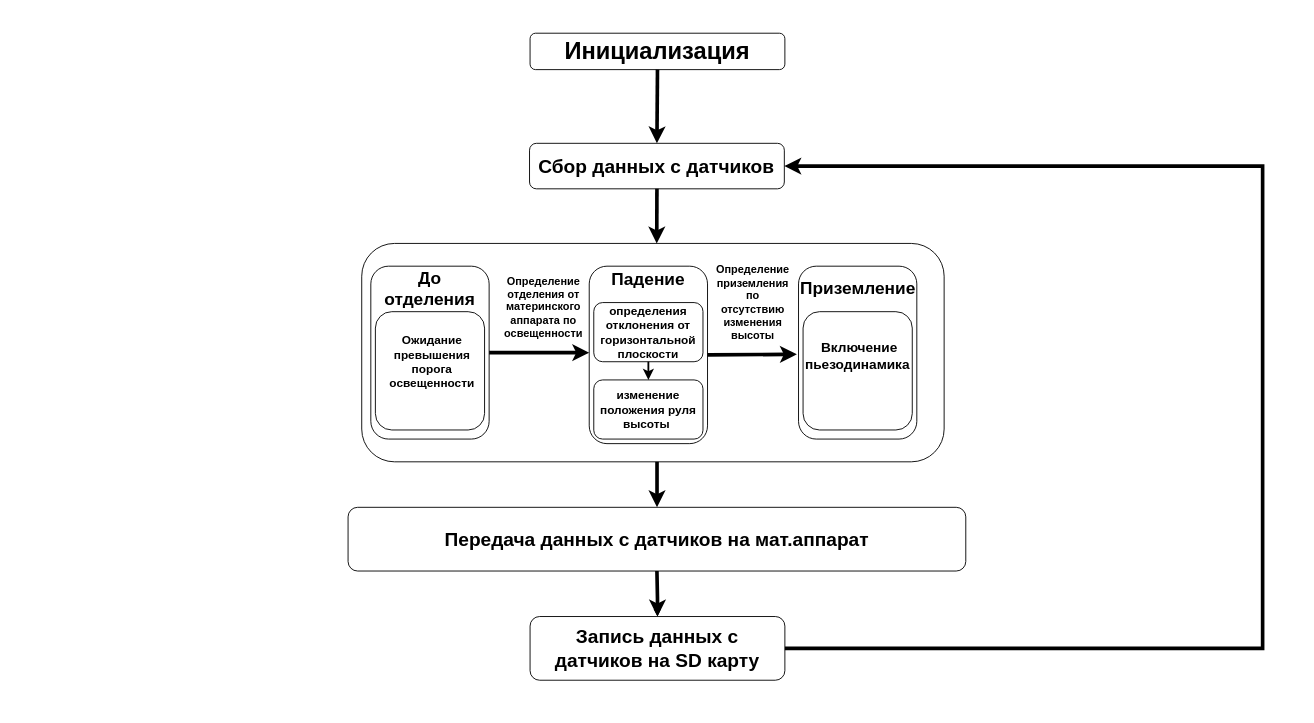
cansat-tsniimash/cansat-KNPN-S keeps this draw.io diagram as doc/алгоритм работы аппарата да.drawio. Above is the earlier version. Source tidied: cells renumbered, new cells numbered last; positions are measured from the earlier drawing's top-left corner, leaving out a move shared by most shapes. Both pictures are drawn from the tidied source at 91%, with x=0, y=0 at pixel (15, 15).
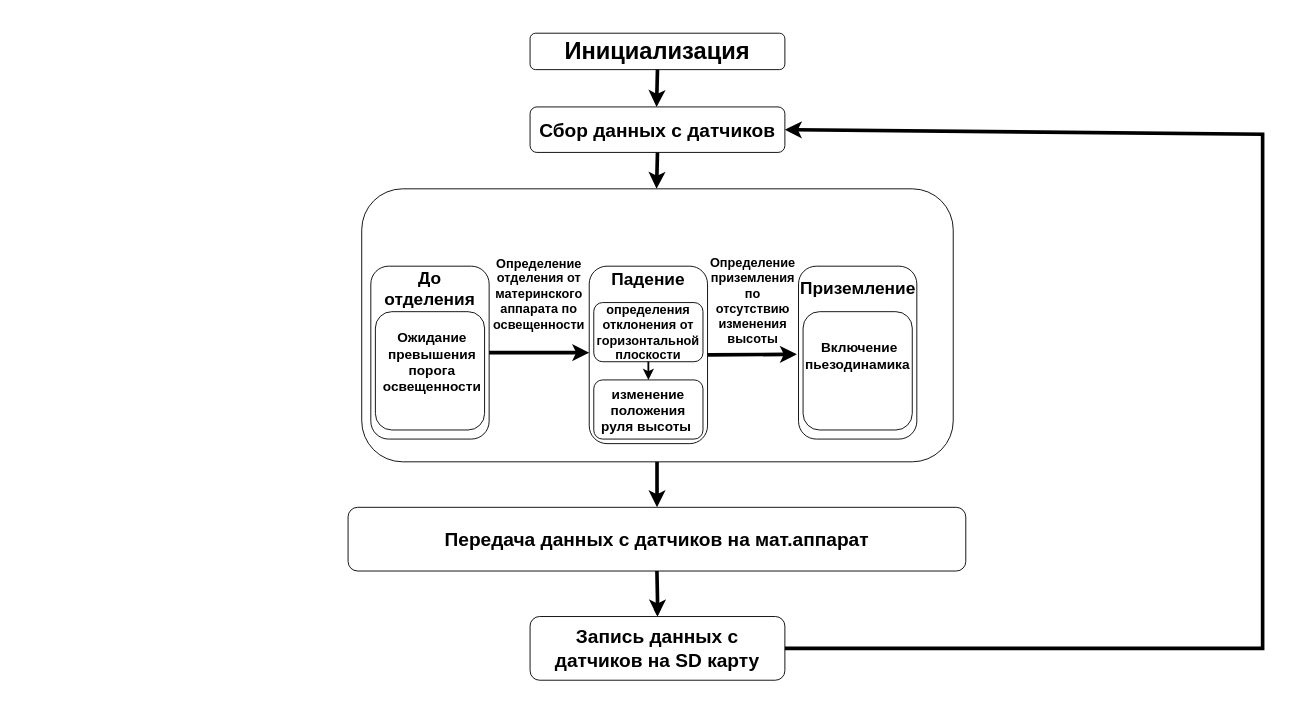
The same diagram, later.

Unchanged cells that the change refers to:
```xml
<mxCell id="3" style="rounded=1;whiteSpace=wrap;html=1;fillColor=default;" parent="1" vertex="1">
  <mxGeometry x="565" y="19" width="280" height="40" as="geometry" />
</mxCell>
<mxCell id="12" value="&lt;b&gt;&lt;font style=&quot;font-size: 21px;&quot;&gt;Запись данных с датчиков на SD карту&lt;/font&gt;&lt;/b&gt;" style="rounded=1;whiteSpace=wrap;html=1;fillColor=default;" parent="1" vertex="1">
  <mxGeometry x="565" y="660" width="280" height="70" as="geometry" />
</mxCell>
```

Diff of the diagram source:
```diff
@@
     <mxCell id="5" value="&lt;b&gt;&lt;font style=&quot;font-size: 21px;&quot;&gt;Сбор данных с датчиков&lt;/font&gt;&lt;/b&gt;" style="rounded=1;whiteSpace=wrap;html=1;fillColor=default;" parent="1" vertex="1">
-      <mxGeometry x="564.4" y="140" width="280" height="50" as="geometry" />
+      <mxGeometry x="565" y="100" width="280" height="50" as="geometry" />
     </mxCell>
-    <mxCell id="6" style="endArrow=classic;html=1;rounded=0;exitX=0.5;exitY=1;exitDx=0;exitDy=0;entryX=0.5;entryY=0;entryDx=0;entryDy=0;fontSize=15;strokeWidth=4;strokeColor=#000000;" parent="1" edge="1" source="3" target="5">
-      <mxGeometry relative="1" as="geometry" />
+    <mxCell id="6" style="endArrow=classic;html=1;rounded=0;exitX=0.5;exitY=1;exitDx=0;exitDy=0;fontSize=15;strokeWidth=4;strokeColor=#000000;" parent="1" edge="1" source="3">
+      <mxGeometry relative="1" as="geometry">
+        <mxPoint x="704" y="100" as="targetPoint" />
+      </mxGeometry>
     </mxCell>
     <mxCell id="7" style="rounded=1;whiteSpace=wrap;html=1;fillColor=default;" parent="1" vertex="1">
-      <mxGeometry x="380" y="250" width="640" height="240" as="geometry" />
+      <mxGeometry x="380" y="190" width="650" height="300" as="geometry" />
     </mxCell>
@@
     <mxCell id="13" style="endArrow=classic;html=1;rounded=0;exitX=1;exitY=0.5;exitDx=0;exitDy=0;fontSize=15;strokeWidth=4;strokeColor=#000000;entryX=1;entryY=0.5;entryDx=0;entryDy=0;" parent="1" edge="1" source="12" target="5">
       <mxGeometry relative="1" as="geometry">
         <Array as="points">
           <mxPoint x="1370" y="695" />
           <mxPoint x="1370" y="410" />
-          <mxPoint x="1370" y="165" />
+          <mxPoint x="1370" y="130" />
         </Array>
       </mxGeometry>
     </mxCell>
@@
-    <mxCell id="17" value="&lt;span style=&quot;font-weight: 700;&quot;&gt;определения отклонения от горизонтальной плоскости&lt;/span&gt;" style="rounded=1;whiteSpace=wrap;html=1;fontSize=13;" parent="1" vertex="1">
+    <mxCell id="17" value="&lt;span style=&quot;font-weight: 700;&quot;&gt;определения отклонения от горизонтальной плоскости&lt;/span&gt;" style="rounded=1;whiteSpace=wrap;html=1;fontSize=14;" parent="1" vertex="1">
       <mxGeometry x="635" y="315" width="120" height="65" as="geometry" />
     </mxCell>
@@
-    <mxCell id="22" value="Определение приземления по отсутствию изменения высоты" style="text;html=1;align=center;verticalAlign=middle;whiteSpace=wrap;rounded=0;fontStyle=1;fontSize=12;" parent="1" vertex="1">
-      <mxGeometry x="770" y="295" width="80" height="40" as="geometry" />
+    <mxCell id="22" value="Определение приземления по отсутствию изменения высоты" style="text;html=1;align=center;verticalAlign=middle;whiteSpace=wrap;rounded=0;fontStyle=1;fontSize=14;" parent="1" vertex="1">
+      <mxGeometry x="770" y="290" width="80" height="45" as="geometry" />
     </mxCell>
-    <mxCell id="23" style="endArrow=classic;html=1;rounded=0;exitX=0.5;exitY=1;exitDx=0;exitDy=0;fontSize=15;strokeWidth=4;strokeColor=#000000;entryX=0.56;entryY=0.004;entryDx=0;entryDy=0;entryPerimeter=0;" parent="1" edge="1" source="5">
+    <mxCell id="23" style="endArrow=classic;html=1;rounded=0;exitX=0.5;exitY=1;exitDx=0;exitDy=0;fontSize=15;strokeWidth=4;strokeColor=#000000;" parent="1" edge="1" source="5">
       <mxGeometry relative="1" as="geometry">
-        <mxPoint x="704.2" y="250" as="targetPoint" />
+        <mxPoint x="704" y="190" as="targetPoint" />
       </mxGeometry>
     </mxCell>
@@
-    <mxCell id="27" value="Ожидание превышения порога освещенности" style="text;html=1;align=center;verticalAlign=middle;whiteSpace=wrap;rounded=0;fontStyle=1;fontSize=13;" parent="1" vertex="1">
+    <mxCell id="27" value="Ожидание превышения порога освещенности" style="text;html=1;align=center;verticalAlign=middle;whiteSpace=wrap;rounded=0;fontStyle=1;fontSize=15;" parent="1" vertex="1">
       <mxGeometry x="395" y="357.5" width="125" height="45" as="geometry" />
     </mxCell>
@@
-    <mxCell id="29" value="Определение отделения от материнского аппарата по освещенности" style="text;html=1;align=center;verticalAlign=middle;whiteSpace=wrap;rounded=0;fontStyle=1;fontSize=12;" parent="1" vertex="1">
-      <mxGeometry x="540" y="300" width="80" height="40" as="geometry" />
+    <mxCell id="29" value="Определение отделения от материнского аппарата по освещенности" style="text;html=1;align=center;verticalAlign=middle;whiteSpace=wrap;rounded=0;fontStyle=1;fontSize=14;" parent="1" vertex="1">
+      <mxGeometry x="530" y="260" width="90" height="90" as="geometry" />
     </mxCell>
-    <mxCell id="30" value="&lt;span style=&quot;font-weight: 700;&quot;&gt;изменение положения руля высоты&amp;nbsp;&lt;/span&gt;" style="rounded=1;whiteSpace=wrap;html=1;fontSize=13;" parent="1" vertex="1">
+    <mxCell id="30" value="&lt;span style=&quot;font-weight: 700;&quot;&gt;изменение положения руля высоты&amp;nbsp;&lt;/span&gt;" style="rounded=1;whiteSpace=wrap;html=1;fontSize=15;" parent="1" vertex="1">
       <mxGeometry x="635" y="400" width="120" height="65" as="geometry" />
     </mxCell>
```
